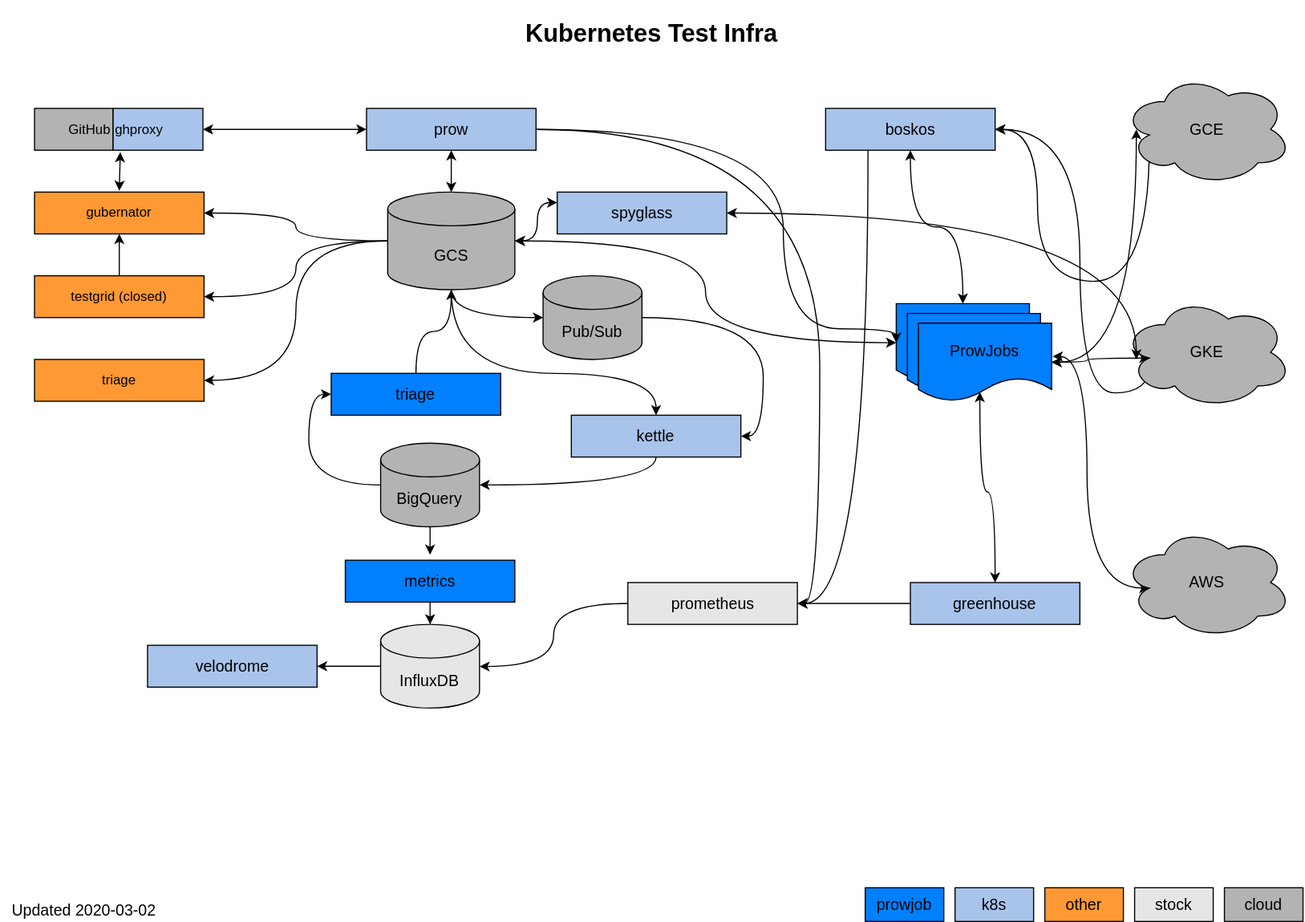
Earlier version of the draw.io export docs/architecture.svg (kubernetes/test-infra). Source tidied: cells renumbered, new cells last; positions are measured from the earlier drawing's top-left corner, leaving out a move shared by most shapes. Source of this version:
```xml
<mxGraphModel>
  <root>
    <mxCell id="0" />
    <mxCell id="1" parent="0" />
    <mxCell id="2" value="Kubernetes Test Infra" style="text;html=1;strokeColor=none;fillColor=none;align=center;verticalAlign=middle;whiteSpace=wrap;fontSize=22;fontStyle=1;" parent="1" vertex="1">
      <mxGeometry width="1160" height="60" as="geometry" />
    </mxCell>
    <mxCell id="3" value="Updated 2020-03-02" style="text;html=1;strokeColor=none;fillColor=none;align=left;verticalAlign=middle;whiteSpace=wrap;fontSize=14;" parent="1" vertex="1">
      <mxGeometry x="8" y="800" width="132" height="20" as="geometry" />
    </mxCell>
    <mxCell id="4" value="prowjob" style="whiteSpace=wrap;html=1;fontSize=14;align=center;fillColor=#007FFF;" parent="1" vertex="1">
      <mxGeometry x="770" y="790" width="70" height="30" as="geometry" />
    </mxCell>
    <mxCell id="5" value="k8s" style="whiteSpace=wrap;html=1;fontSize=14;align=center;fillColor=#A9C4EB;" parent="1" vertex="1">
      <mxGeometry x="850" y="790" width="70" height="30" as="geometry" />
    </mxCell>
    <mxCell id="6" value="other" style="whiteSpace=wrap;html=1;fontSize=14;align=center;fillColor=#FF9933;" parent="1" vertex="1">
      <mxGeometry x="930" y="790" width="70" height="30" as="geometry" />
    </mxCell>
    <mxCell id="7" value="stock" style="whiteSpace=wrap;html=1;fontSize=14;align=center;fillColor=#E6E6E6;" parent="1" vertex="1">
      <mxGeometry x="1010" y="790" width="70" height="30" as="geometry" />
    </mxCell>
    <mxCell id="8" value="cloud" style="whiteSpace=wrap;html=1;fontSize=14;align=center;fillColor=#B3B3B3;" parent="1" vertex="1">
      <mxGeometry x="1090" y="790" width="70" height="30" as="geometry" />
    </mxCell>
    <mxCell id="9" value="GitHub" style="whiteSpace=wrap;html=1;fillColor=#B3B3B3;align=right;" parent="1" vertex="1">
      <mxGeometry x="30" y="96" width="70" height="37.2" as="geometry" />
    </mxCell>
    <mxCell id="10" value="ghproxy" style="whiteSpace=wrap;html=1;fontSize=12;align=left;fillColor=#A9C4EB;" parent="1" vertex="1">
      <mxGeometry x="100" y="96" width="80" height="37.2" as="geometry" />
    </mxCell>
    <mxCell id="11" value="prow" style="whiteSpace=wrap;html=1;fontSize=14;align=center;fillColor=#A9C4EB;" parent="1" vertex="1">
      <mxGeometry x="325.7" y="96" width="151" height="37.3" as="geometry" />
    </mxCell>
    <mxCell id="12" style="edgeStyle=orthogonalEdgeStyle;jettySize=auto;html=1;exitX=1;exitY=0.5;exitDx=0;exitDy=0;entryX=0;entryY=0.5;entryDx=0;entryDy=0;startArrow=classic;startFill=1;fontSize=14;curved=1;" parent="1" edge="1" source="10" target="11">
      <mxGeometry x="30" y="65" as="geometry" />
    </mxCell>
    <mxCell id="13" value="boskos" style="whiteSpace=wrap;html=1;fontSize=14;align=center;fillColor=#A9C4EB;" parent="1" vertex="1">
      <mxGeometry x="734.7" y="96" width="151" height="37.3" as="geometry" />
    </mxCell>
    <mxCell id="14" style="edgeStyle=orthogonalEdgeStyle;curved=1;rounded=0;orthogonalLoop=1;jettySize=auto;html=1;exitX=0.5;exitY=0;exitDx=0;exitDy=0;entryX=0.867;entryY=1.078;entryDx=0;entryDy=0;entryPerimeter=0;startArrow=classic;startFill=1;fontSize=12;" parent="1" edge="1">
      <mxGeometry x="30" y="65" as="geometry">
        <mxPoint x="105.5" y="169.3" as="sourcePoint" />
        <mxPoint x="106.4" y="135" as="targetPoint" />
      </mxGeometry>
    </mxCell>
    <mxCell id="15" value="gubernator" style="whiteSpace=wrap;html=1;fillColor=#FF9933;" parent="1" vertex="1">
      <mxGeometry x="30" y="170.5" width="151" height="37.3" as="geometry" />
    </mxCell>
    <mxCell id="16" style="edgeStyle=orthogonalEdgeStyle;jettySize=auto;html=1;exitX=0.5;exitY=0;exitDx=0;exitDy=0;entryX=0.5;entryY=1;entryDx=0;entryDy=0;startArrow=none;startFill=0;fontSize=14;curved=1;" parent="1" edge="1" source="17" target="15">
      <mxGeometry x="30" y="65" as="geometry" />
    </mxCell>
    <mxCell id="17" value="testgrid (closed)" style="whiteSpace=wrap;html=1;fillColor=#FF9933;" parent="1" vertex="1">
      <mxGeometry x="30" y="245.1" width="151" height="37.3" as="geometry" />
    </mxCell>
    <mxCell id="18" style="edgeStyle=orthogonalEdgeStyle;jettySize=auto;html=1;exitX=0;exitY=0.5;exitDx=0;exitDy=0;exitPerimeter=0;entryX=1;entryY=0.5;entryDx=0;entryDy=0;startArrow=none;startFill=0;fontSize=14;curved=1;" parent="1" edge="1" source="21" target="15">
      <mxGeometry x="30" y="65" as="geometry" />
    </mxCell>
    <mxCell id="19" style="edgeStyle=orthogonalEdgeStyle;jettySize=auto;html=1;exitX=0;exitY=0.5;exitDx=0;exitDy=0;exitPerimeter=0;entryX=1;entryY=0.5;entryDx=0;entryDy=0;startArrow=none;startFill=0;fontSize=14;curved=1;" parent="1" edge="1" source="21" target="17">
      <mxGeometry x="30" y="65" as="geometry" />
    </mxCell>
    <mxCell id="20" style="edgeStyle=orthogonalEdgeStyle;jettySize=auto;html=1;exitX=0.5;exitY=0;exitDx=0;exitDy=0;exitPerimeter=0;entryX=0.5;entryY=1;entryDx=0;entryDy=0;startArrow=classic;startFill=1;fontSize=12;curved=1;" parent="1" edge="1" source="21" target="11">
      <mxGeometry x="30" y="65" as="geometry" />
    </mxCell>
    <mxCell id="21" value="GCS" style="shape=cylinder3;whiteSpace=wrap;html=1;boundedLbl=1;backgroundOutline=1;size=15;fontSize=14;align=center;fillColor=#B3B3B3;" parent="1" vertex="1">
      <mxGeometry x="344.6" y="170.5" width="113.3" height="86.9" as="geometry" />
    </mxCell>
    <mxCell id="22" value="triage" style="whiteSpace=wrap;html=1;fillColor=#FF9933;" parent="1" vertex="1">
      <mxGeometry x="30" y="319.6" width="151" height="37.3" as="geometry" />
    </mxCell>
    <mxCell id="23" style="edgeStyle=orthogonalEdgeStyle;jettySize=auto;html=1;exitX=0;exitY=0.5;exitDx=0;exitDy=0;exitPerimeter=0;entryX=1;entryY=0.5;entryDx=0;entryDy=0;startArrow=none;startFill=0;fontSize=14;curved=1;" parent="1" edge="1" source="21" target="22">
      <mxGeometry x="30" y="65" as="geometry" />
    </mxCell>
    <mxCell id="24" style="edgeStyle=orthogonalEdgeStyle;jettySize=auto;html=1;exitX=0.5;exitY=0;exitDx=0;exitDy=0;entryX=0.5;entryY=1;entryDx=0;entryDy=0;entryPerimeter=0;startArrow=none;startFill=0;fontSize=14;curved=1;" parent="1" edge="1" source="25" target="21">
      <mxGeometry x="30" y="65" as="geometry" />
    </mxCell>
    <mxCell id="25" value="triage" style="whiteSpace=wrap;html=1;fontSize=14;align=center;fillColor=#007FFF;" parent="1" vertex="1">
      <mxGeometry x="294.3" y="332" width="151" height="37.3" as="geometry" />
    </mxCell>
    <mxCell id="26" style="edgeStyle=orthogonalEdgeStyle;jettySize=auto;html=1;exitX=0;exitY=0.5;exitDx=0;exitDy=0;exitPerimeter=0;entryX=0;entryY=0.5;entryDx=0;entryDy=0;startArrow=none;startFill=0;fontSize=14;curved=1;" parent="1" edge="1" source="28" target="25">
      <mxGeometry x="30" y="65" as="geometry" />
    </mxCell>
    <mxCell id="27" style="edgeStyle=orthogonalEdgeStyle;jettySize=auto;html=1;exitX=0.5;exitY=1;exitDx=0;exitDy=0;exitPerimeter=0;startArrow=none;startFill=0;fontSize=14;curved=1;" parent="1" edge="1" source="28">
      <mxGeometry x="30" y="65" as="geometry">
        <mxPoint x="382.4" y="493.4" as="targetPoint" />
      </mxGeometry>
    </mxCell>
    <mxCell id="28" value="BigQuery" style="shape=cylinder3;whiteSpace=wrap;html=1;boundedLbl=1;backgroundOutline=1;size=15;fontSize=14;align=center;fillColor=#B3B3B3;" parent="1" vertex="1">
      <mxGeometry x="338.3" y="394.1" width="88.1" height="74.5" as="geometry" />
    </mxCell>
    <mxCell id="29" style="edgeStyle=orthogonalEdgeStyle;jettySize=auto;html=1;exitX=0.5;exitY=1;exitDx=0;exitDy=0;entryX=1;entryY=0.5;entryDx=0;entryDy=0;entryPerimeter=0;startArrow=none;startFill=0;fontSize=14;curved=1;" parent="1" edge="1" source="30" target="28">
      <mxGeometry x="30" y="65" as="geometry" />
    </mxCell>
    <mxCell id="30" value="kettle" style="whiteSpace=wrap;html=1;fontSize=14;align=center;fillColor=#A9C4EB;" parent="1" vertex="1">
      <mxGeometry x="508.2" y="369.2" width="151" height="37.3" as="geometry" />
    </mxCell>
    <mxCell id="31" style="edgeStyle=orthogonalEdgeStyle;jettySize=auto;html=1;exitX=0.5;exitY=1;exitDx=0;exitDy=0;exitPerimeter=0;startArrow=none;startFill=0;fontSize=14;curved=1;" parent="1" edge="1" source="21" target="30">
      <mxGeometry x="30" y="65" as="geometry">
        <Array as="points">
          <mxPoint x="401.2" y="332" />
          <mxPoint x="583.7" y="332" />
        </Array>
      </mxGeometry>
    </mxCell>
    <mxCell id="32" style="edgeStyle=orthogonalEdgeStyle;jettySize=auto;html=1;exitX=1;exitY=0.5;exitDx=0;exitDy=0;exitPerimeter=0;entryX=1;entryY=0.5;entryDx=0;entryDy=0;startArrow=none;startFill=0;fontSize=14;curved=1;" parent="1" edge="1" source="33" target="30">
      <mxGeometry x="30" y="65" as="geometry" />
    </mxCell>
    <mxCell id="33" value="Pub/Sub" style="shape=cylinder3;whiteSpace=wrap;html=1;boundedLbl=1;backgroundOutline=1;size=15;fontSize=14;align=center;fillColor=#B3B3B3;" parent="1" vertex="1">
      <mxGeometry x="483" y="245.1" width="88.1" height="74.5" as="geometry" />
    </mxCell>
    <mxCell id="34" style="edgeStyle=orthogonalEdgeStyle;jettySize=auto;html=1;exitX=0.5;exitY=1;exitDx=0;exitDy=0;exitPerimeter=0;startArrow=none;startFill=0;fontSize=14;curved=1;" parent="1" edge="1" source="21" target="33">
      <mxGeometry x="30" y="65" as="geometry" />
    </mxCell>
    <mxCell id="35" value="metrics" style="whiteSpace=wrap;html=1;fontSize=14;align=center;fillColor=#007FFF;" parent="1" vertex="1">
      <mxGeometry x="306.9" y="498.4" width="151" height="37.3" as="geometry" />
    </mxCell>
    <mxCell id="36" value="InfluxDB" style="shape=cylinder3;whiteSpace=wrap;html=1;boundedLbl=1;backgroundOutline=1;size=15;fontSize=14;align=center;fillColor=#E6E6E6;" parent="1" vertex="1">
      <mxGeometry x="338.3" y="555.5" width="88.1" height="74.5" as="geometry" />
    </mxCell>
    <mxCell id="37" style="edgeStyle=orthogonalEdgeStyle;jettySize=auto;html=1;exitX=0.5;exitY=1;exitDx=0;exitDy=0;entryX=0.5;entryY=0;entryDx=0;entryDy=0;entryPerimeter=0;startArrow=none;startFill=0;fontSize=14;curved=1;" parent="1" edge="1" source="35" target="36">
      <mxGeometry x="30" y="65" as="geometry" />
    </mxCell>
    <mxCell id="38" style="edgeStyle=orthogonalEdgeStyle;jettySize=auto;html=1;exitX=0;exitY=0.5;exitDx=0;exitDy=0;entryX=1;entryY=0;entryDx=0;entryDy=37.5;entryPerimeter=0;startArrow=none;startFill=0;fontSize=14;curved=1;" parent="1" edge="1" source="39" target="36">
      <mxGeometry x="30" y="65" as="geometry" />
    </mxCell>
    <mxCell id="39" value="prometheus" style="whiteSpace=wrap;html=1;fontSize=14;align=center;fillColor=#E6E6E6;" parent="1" vertex="1">
      <mxGeometry x="558.5" y="518.2" width="151" height="37.3" as="geometry" />
    </mxCell>
    <mxCell id="40" style="edgeStyle=orthogonalEdgeStyle;jettySize=auto;html=1;exitX=1;exitY=0.5;exitDx=0;exitDy=0;entryX=1;entryY=0.5;entryDx=0;entryDy=0;startArrow=none;startFill=0;fontSize=14;curved=1;" parent="1" edge="1" source="11" target="39">
      <mxGeometry x="30" y="65" as="geometry" />
    </mxCell>
    <mxCell id="41" style="edgeStyle=orthogonalEdgeStyle;jettySize=auto;html=1;exitX=0.25;exitY=1;exitDx=0;exitDy=0;entryX=1;entryY=0.5;entryDx=0;entryDy=0;startArrow=none;startFill=0;fontSize=14;curved=1;" parent="1" edge="1" source="13" target="39">
      <mxGeometry x="30" y="65" as="geometry" />
    </mxCell>
    <mxCell id="42" value="velodrome" style="whiteSpace=wrap;html=1;fontSize=14;align=center;fillColor=#A9C4EB;" parent="1" vertex="1">
      <mxGeometry x="130.7" y="574.1" width="151" height="37.3" as="geometry" />
    </mxCell>
    <mxCell id="43" style="edgeStyle=orthogonalEdgeStyle;jettySize=auto;html=1;exitX=0;exitY=0.5;exitDx=0;exitDy=0;exitPerimeter=0;entryX=1;entryY=0.5;entryDx=0;entryDy=0;startArrow=none;startFill=0;fontSize=14;curved=1;" parent="1" edge="1" source="36" target="42">
      <mxGeometry x="30" y="65" as="geometry" />
    </mxCell>
    <mxCell id="44" style="edgeStyle=orthogonalEdgeStyle;jettySize=auto;html=1;exitX=0;exitY=0.5;exitDx=0;exitDy=0;entryX=1;entryY=0.5;entryDx=0;entryDy=0;startArrow=none;startFill=0;fontSize=14;curved=1;" parent="1" edge="1" source="45" target="39">
      <mxGeometry x="30" y="65" as="geometry" />
    </mxCell>
    <mxCell id="45" value="greenhouse" style="whiteSpace=wrap;html=1;fontSize=14;align=center;fillColor=#A9C4EB;" parent="1" vertex="1">
      <mxGeometry x="810.2" y="518.2" width="151" height="37.3" as="geometry" />
    </mxCell>
    <mxCell id="46" style="group;" parent="1" vertex="1">
      <mxGeometry x="797.6" y="269.9" width="138.4" height="86.9" as="geometry" />
    </mxCell>
    <mxCell id="47" style="shape=document;whiteSpace=wrap;html=1;boundedLbl=1;fontSize=14;align=left;fillColor=#007FFF;" parent="46" vertex="1">
      <mxGeometry width="118.7" height="69.5" as="geometry" />
    </mxCell>
    <mxCell id="48" style="shape=document;whiteSpace=wrap;html=1;boundedLbl=1;fontSize=14;align=left;fillColor=#007FFF;" parent="46" vertex="1">
      <mxGeometry x="9.9" y="8.7" width="118.7" height="69.5" as="geometry" />
    </mxCell>
    <mxCell id="49" value="ProwJobs" style="shape=document;whiteSpace=wrap;html=1;boundedLbl=1;fontSize=14;align=center;fillColor=#007FFF;" parent="46" vertex="1">
      <mxGeometry x="19.8" y="17.4" width="118.7" height="69.5" as="geometry" />
    </mxCell>
    <mxCell id="50" style="edgeStyle=orthogonalEdgeStyle;jettySize=auto;html=1;exitX=1;exitY=0.5;exitDx=0;exitDy=0;entryX=0;entryY=0.5;entryDx=0;entryDy=0;startArrow=none;startFill=0;fontSize=14;curved=1;" parent="1" edge="1" source="11" target="47">
      <mxGeometry x="30" y="65" as="geometry">
        <Array as="points">
          <mxPoint x="697" y="114.7" />
          <mxPoint x="697" y="292.2" />
        </Array>
      </mxGeometry>
    </mxCell>
    <mxCell id="51" style="edgeStyle=orthogonalEdgeStyle;jettySize=auto;html=1;exitX=1;exitY=0.5;exitDx=0;exitDy=0;exitPerimeter=0;entryX=0;entryY=0.5;entryDx=0;entryDy=0;startArrow=classic;startFill=1;fontSize=14;curved=1;" parent="1" edge="1" source="21" target="47">
      <mxGeometry x="30" y="65" as="geometry" />
    </mxCell>
    <mxCell id="52" style="edgeStyle=orthogonalEdgeStyle;jettySize=auto;html=1;exitX=0.5;exitY=0;exitDx=0;exitDy=0;entryX=0.461;entryY=0.881;entryDx=0;entryDy=0;entryPerimeter=0;startArrow=classic;startFill=1;fontSize=14;curved=1;" parent="1" edge="1" source="45" target="49">
      <mxGeometry x="30" y="65" as="geometry" />
    </mxCell>
    <mxCell id="53" style="edgeStyle=orthogonalEdgeStyle;jettySize=auto;html=1;exitX=0.16;exitY=0.55;exitDx=0;exitDy=0;exitPerimeter=0;entryX=1;entryY=0.5;entryDx=0;entryDy=0;startArrow=classic;startFill=1;fontSize=14;curved=1;" parent="1" edge="1" source="54" target="13">
      <mxGeometry x="30" y="65" as="geometry">
        <Array as="points">
          <mxPoint x="923.5" y="250" />
          <mxPoint x="923.5" y="114.7" />
        </Array>
      </mxGeometry>
    </mxCell>
    <mxCell id="54" value="GCE" style="ellipse;shape=cloud;whiteSpace=wrap;html=1;fontSize=14;align=center;fillColor=#B3B3B3;" parent="1" vertex="1">
      <mxGeometry x="999" y="65" width="151" height="99.3" as="geometry" />
    </mxCell>
    <mxCell id="55" style="edgeStyle=orthogonalEdgeStyle;jettySize=auto;html=1;exitX=0.16;exitY=0.55;exitDx=0;exitDy=0;exitPerimeter=0;entryX=1;entryY=0.5;entryDx=0;entryDy=0;startArrow=classic;startFill=1;fontSize=14;curved=1;" parent="1" edge="1" source="57" target="49">
      <mxGeometry x="30" y="65" as="geometry" />
    </mxCell>
    <mxCell id="56" style="edgeStyle=orthogonalEdgeStyle;jettySize=auto;html=1;exitX=0.16;exitY=0.55;exitDx=0;exitDy=0;exitPerimeter=0;entryX=1;entryY=0.5;entryDx=0;entryDy=0;startArrow=classic;startFill=1;fontSize=14;curved=1;" parent="1" edge="1" source="57" target="13">
      <mxGeometry x="30" y="65" as="geometry">
        <Array as="points">
          <mxPoint x="961.2" y="349.4" />
          <mxPoint x="961.2" y="114.7" />
        </Array>
      </mxGeometry>
    </mxCell>
    <mxCell id="57" value="GKE" style="ellipse;shape=cloud;whiteSpace=wrap;html=1;fontSize=14;align=center;fillColor=#B3B3B3;" parent="1" vertex="1">
      <mxGeometry x="999" y="263.7" width="151" height="99.3" as="geometry" />
    </mxCell>
    <mxCell id="58" style="edgeStyle=orthogonalEdgeStyle;jettySize=auto;html=1;exitX=0.16;exitY=0.55;exitDx=0;exitDy=0;exitPerimeter=0;entryX=1.008;entryY=0.426;entryDx=0;entryDy=0;entryPerimeter=0;startArrow=classic;startFill=1;fontSize=14;curved=1;" parent="1" edge="1" source="59" target="49">
      <mxGeometry x="30" y="65" as="geometry" />
    </mxCell>
    <mxCell id="59" value="AWS" style="ellipse;shape=cloud;whiteSpace=wrap;html=1;fontSize=14;align=center;fillColor=#B3B3B3;" parent="1" vertex="1">
      <mxGeometry x="999" y="468.6" width="151" height="99.3" as="geometry" />
    </mxCell>
    <mxCell id="60" style="edgeStyle=orthogonalEdgeStyle;jettySize=auto;html=1;exitX=1;exitY=0.5;exitDx=0;exitDy=0;entryX=0.083;entryY=0.5;entryDx=0;entryDy=0;entryPerimeter=0;startArrow=classic;startFill=1;fontSize=14;curved=1;" parent="1" edge="1" source="49" target="54">
      <mxGeometry x="30" y="65" as="geometry" />
    </mxCell>
    <mxCell id="61" style="edgeStyle=orthogonalEdgeStyle;curved=1;rounded=0;jettySize=auto;html=1;exitX=1;exitY=0.5;exitDx=0;exitDy=0;startArrow=classic;startFill=1;fontSize=12;" parent="1" edge="1" source="62">
      <mxGeometry x="30" y="65" as="geometry">
        <mxPoint x="1011.6" y="319.6" as="targetPoint" />
      </mxGeometry>
    </mxCell>
    <mxCell id="62" value="spyglass" style="whiteSpace=wrap;html=1;fontSize=14;align=center;fillColor=#A9C4EB;" parent="1" vertex="1">
      <mxGeometry x="495.6" y="170.5" width="151" height="37.3" as="geometry" />
    </mxCell>
    <mxCell id="63" style="edgeStyle=orthogonalEdgeStyle;curved=1;rounded=0;jettySize=auto;html=1;exitX=1;exitY=0.5;exitDx=0;exitDy=0;exitPerimeter=0;entryX=0;entryY=0.25;entryDx=0;entryDy=0;startArrow=classic;startFill=1;fontSize=12;" parent="1" edge="1" source="21" target="62">
      <mxGeometry x="30" y="65" as="geometry" />
    </mxCell>
    <mxCell id="64" style="edgeStyle=orthogonalEdgeStyle;curved=1;rounded=0;jettySize=auto;html=1;exitX=0.5;exitY=0;exitDx=0;exitDy=0;entryX=0.5;entryY=1;entryDx=0;entryDy=0;startArrow=classic;startFill=1;fontSize=12;" parent="1" edge="1" source="47" target="13">
      <mxGeometry x="30" y="65" as="geometry" />
    </mxCell>
  </root>
</mxGraphModel>
```
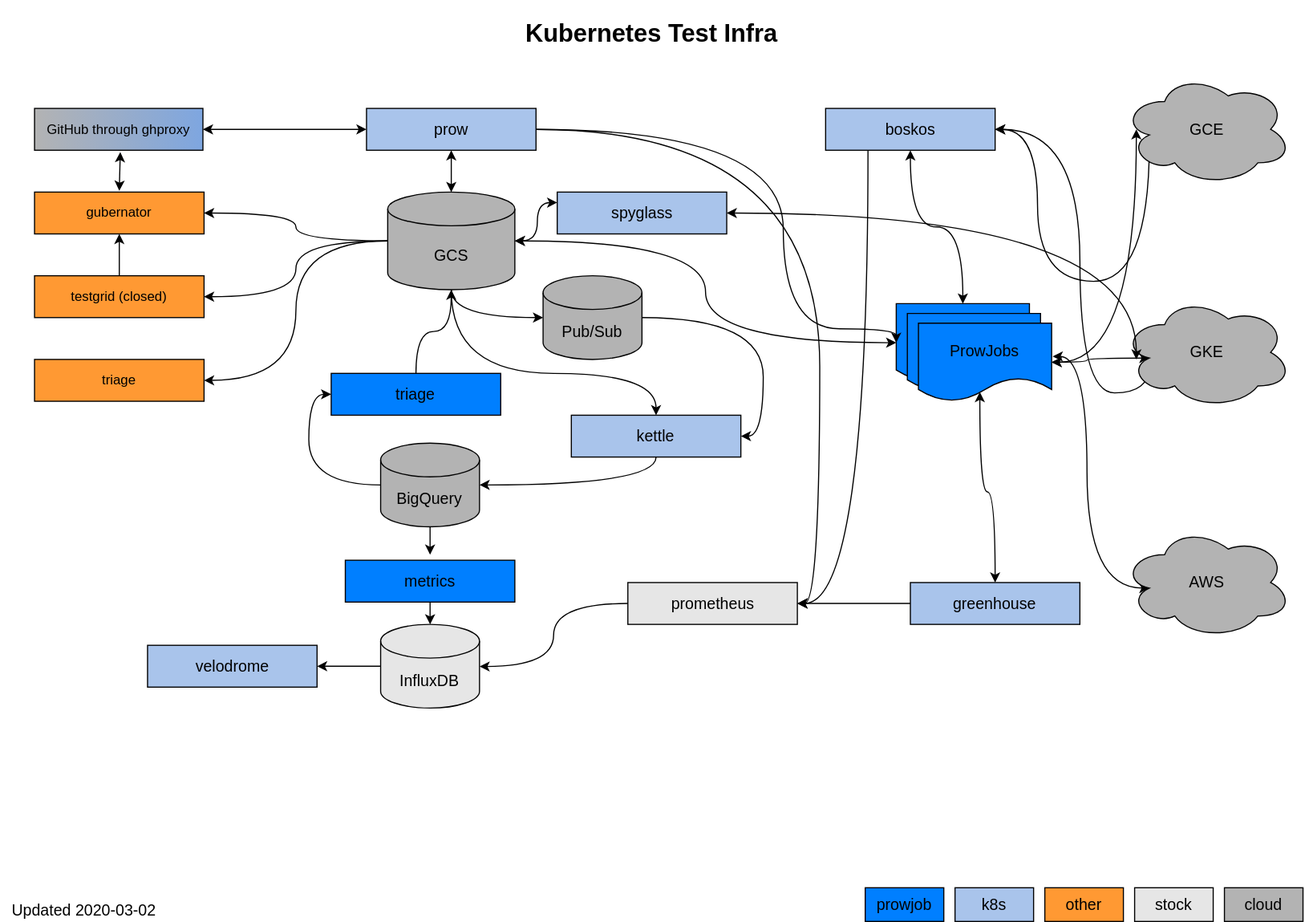
The same file after the commit.

Commit message:
Update connections and lines

Diff of the diagram source:
```diff
@@ -23,17 +23,16 @@
     <mxCell id="8" value="cloud" style="whiteSpace=wrap;html=1;fontSize=14;align=center;fillColor=#B3B3B3;" parent="1" vertex="1">
       <mxGeometry x="1090" y="790" width="70" height="30" as="geometry" />
     </mxCell>
-    <mxCell id="9" value="GitHub" style="whiteSpace=wrap;html=1;fillColor=#B3B3B3;align=right;" parent="1" vertex="1">
-      <mxGeometry x="30" y="96" width="70" height="37.2" as="geometry" />
+    <mxCell id="9" value="GitHub through ghproxy" style="whiteSpace=wrap;html=1;align=center;fillColor=#B3B3B3;gradientDirection=east;gradientColor=#7EA6E0;rounded=0;glass=0;shadow=0;sketch=0;" parent="1" vertex="1">
+      <mxGeometry x="30" y="96" width="150" height="37.2" as="geometry" />
     </mxCell>
-    <mxCell id="10" value="ghproxy" style="whiteSpace=wrap;html=1;fontSize=12;align=left;fillColor=#A9C4EB;" parent="1" vertex="1">
-      <mxGeometry x="100" y="96" width="80" height="37.2" as="geometry" />
-    </mxCell>
     <mxCell id="11" value="prow" style="whiteSpace=wrap;html=1;fontSize=14;align=center;fillColor=#A9C4EB;" parent="1" vertex="1">
       <mxGeometry x="325.7" y="96" width="151" height="37.3" as="geometry" />
     </mxCell>
-    <mxCell id="12" style="edgeStyle=orthogonalEdgeStyle;jettySize=auto;html=1;exitX=1;exitY=0.5;exitDx=0;exitDy=0;entryX=0;entryY=0.5;entryDx=0;entryDy=0;startArrow=classic;startFill=1;fontSize=14;curved=1;" parent="1" edge="1" source="10" target="11">
-      <mxGeometry x="30" y="65" as="geometry" />
+    <mxCell id="12" style="edgeStyle=orthogonalEdgeStyle;jettySize=auto;html=1;exitX=1;exitY=0.5;exitDx=0;exitDy=0;entryX=0;entryY=0.5;entryDx=0;entryDy=0;startArrow=classic;startFill=1;fontSize=14;curved=1;" parent="1" edge="1" target="11">
+      <mxGeometry x="30" y="65" as="geometry">
+        <mxPoint x="180" y="114.7" as="sourcePoint" />
+      </mxGeometry>
     </mxCell>
     <mxCell id="13" value="boskos" style="whiteSpace=wrap;html=1;fontSize=14;align=center;fillColor=#A9C4EB;" parent="1" vertex="1">
       <mxGeometry x="734.7" y="96" width="151" height="37.3" as="geometry" />
```
